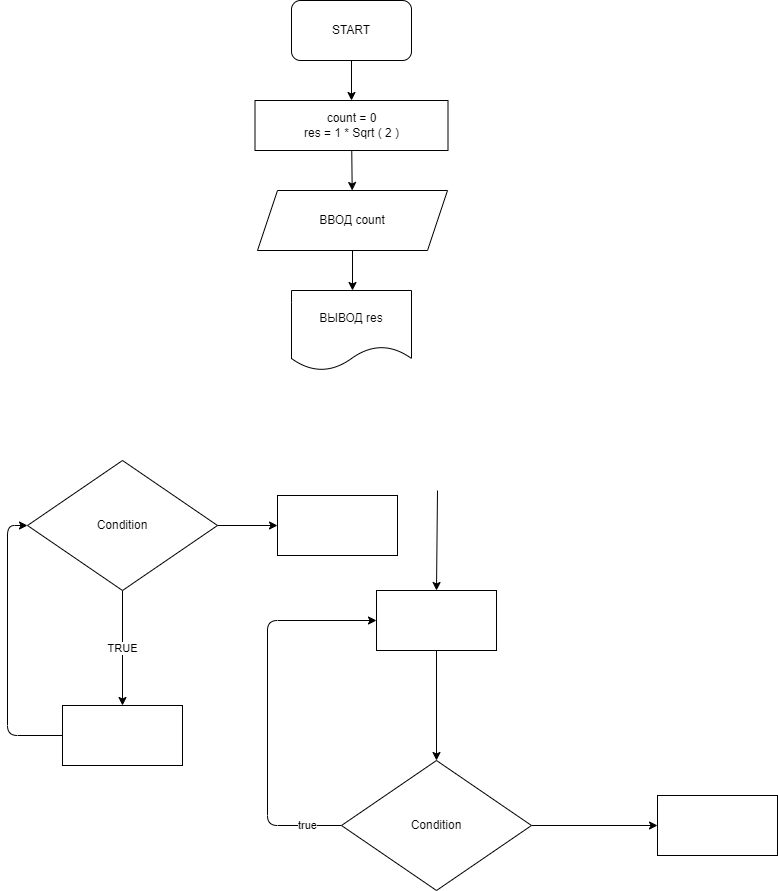
Before: ex000.drawio.png, a diagram exported from draw.io (HilashovKA/practice). Source tidied: cells renumbered, new cells last; positions are measured from the earlier drawing's top-left corner, leaving out a move shared by most shapes.
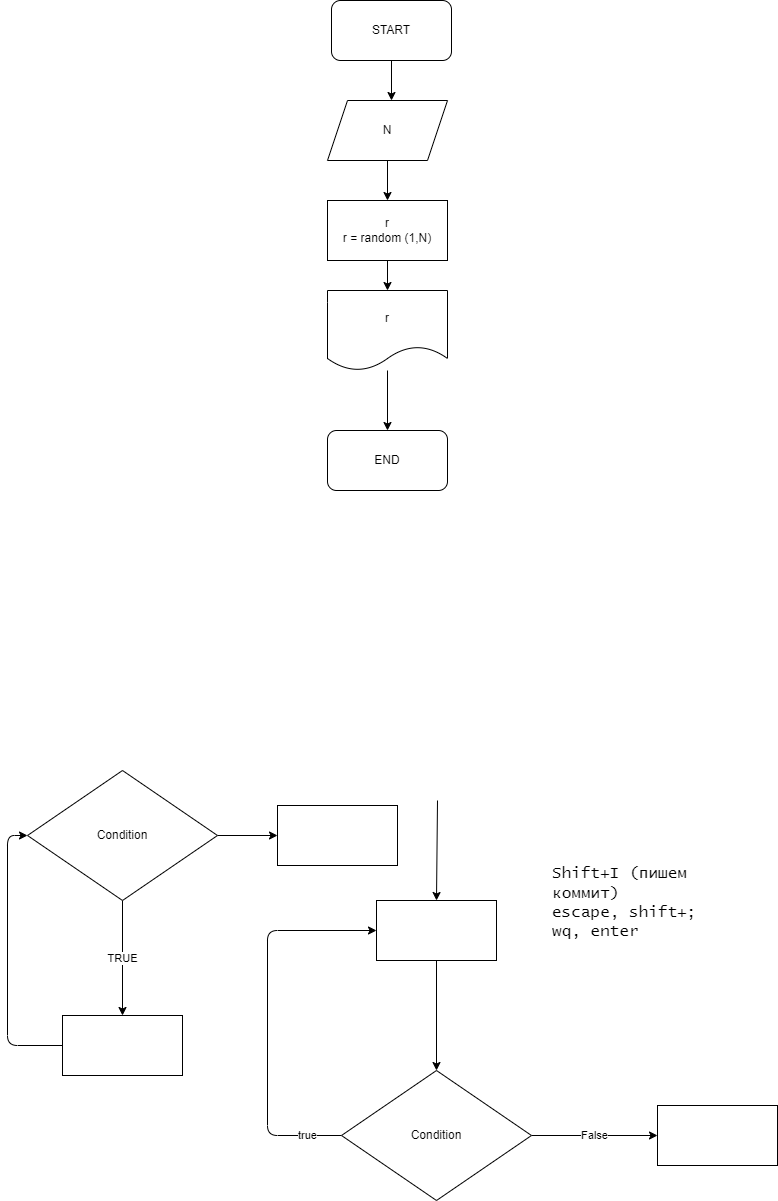
After the change.

The edit, as a diff of the source:
```diff
@@ -4,29 +4,12 @@
     <mxCell id="1" parent="0" />
     <mxCell id="2" style="edgeStyle=none;html=1;" parent="1" edge="1" source="3">
       <mxGeometry relative="1" as="geometry">
-        <mxPoint x="344" y="100" as="targetPoint" />
+        <mxPoint x="384" y="-210" as="targetPoint" />
       </mxGeometry>
     </mxCell>
     <mxCell id="3" value="START" style="rounded=1;whiteSpace=wrap;html=1;" parent="1" vertex="1">
-      <mxGeometry x="284" width="120" height="60" as="geometry" />
+      <mxGeometry x="324" y="-310" width="120" height="60" as="geometry" />
     </mxCell>
-    <mxCell id="4" style="edgeStyle=none;html=1;" parent="1" edge="1" source="5" target="7">
-      <mxGeometry relative="1" as="geometry" />
-    </mxCell>
-    <mxCell id="5" value="count = 0&lt;br&gt;res = 1 * Sqrt ( 2 )" style="rounded=0;whiteSpace=wrap;html=1;" parent="1" vertex="1">
-      <mxGeometry x="247.5" y="100" width="193" height="50" as="geometry" />
-    </mxCell>
-    <mxCell id="6" style="edgeStyle=none;html=1;" parent="1" edge="1" source="7">
-      <mxGeometry relative="1" as="geometry">
-        <mxPoint x="345" y="290" as="targetPoint" />
-      </mxGeometry>
-    </mxCell>
-    <mxCell id="7" value="ВВОД count" style="shape=parallelogram;perimeter=parallelogramPerimeter;whiteSpace=wrap;html=1;fixedSize=1;" parent="1" vertex="1">
-      <mxGeometry x="250" y="190" width="190" height="60" as="geometry" />
-    </mxCell>
-    <mxCell id="8" value="ВЫВОД res" style="shape=document;whiteSpace=wrap;html=1;boundedLbl=1;" parent="1" vertex="1">
-      <mxGeometry x="284" y="290" width="120" height="80" as="geometry" />
-    </mxCell>
     <mxCell id="9" value="TRUE" style="edgeStyle=none;html=1;" parent="1" edge="1" source="11" target="13">
       <mxGeometry relative="1" as="geometry" />
     </mxCell>
@@ -55,7 +38,7 @@
         </Array>
       </mxGeometry>
     </mxCell>
-    <mxCell id="15" style="edgeStyle=none;html=1;" parent="1" edge="1" source="16" target="21">
+    <mxCell id="15" value="False" style="edgeStyle=none;html=1;" parent="1" edge="1" source="16" target="21">
       <mxGeometry relative="1" as="geometry" />
     </mxCell>
     <mxCell id="16" value="Condition" style="rhombus;whiteSpace=wrap;html=1;" parent="1" vertex="1">
@@ -78,5 +61,29 @@
     <mxCell id="21" style="whiteSpace=wrap;html=1;" parent="1" vertex="1">
       <mxGeometry x="650" y="795" width="120" height="60" as="geometry" />
     </mxCell>
+    <mxCell id="22" value="&lt;br&gt;&lt;font face=&quot;Lucida Console&quot; size=&quot;3&quot;&gt;Shift+I (пишем коммит)&lt;br&gt;escape, shift+;&lt;br&gt;wq, enter&lt;br&gt;&lt;br&gt;&lt;/font&gt;" style="text;html=1;strokeColor=none;fillColor=none;spacing=5;spacingTop=-20;whiteSpace=wrap;overflow=hidden;rounded=0;" parent="1" vertex="1">
+      <mxGeometry x="540" y="550" width="190" height="120" as="geometry" />
+    </mxCell>
+    <mxCell id="23" style="edgeStyle=none;html=1;" parent="1" edge="1" source="24" target="26">
+      <mxGeometry relative="1" as="geometry" />
+    </mxCell>
+    <mxCell id="24" value="N" style="shape=parallelogram;perimeter=parallelogramPerimeter;whiteSpace=wrap;html=1;fixedSize=1;" parent="1" vertex="1">
+      <mxGeometry x="320" y="-210" width="120" height="60" as="geometry" />
+    </mxCell>
+    <mxCell id="25" style="edgeStyle=none;html=1;" parent="1" edge="1" source="26" target="28">
+      <mxGeometry relative="1" as="geometry" />
+    </mxCell>
+    <mxCell id="26" value="r&lt;br&gt;r = random (1,N)" style="whiteSpace=wrap;html=1;" parent="1" vertex="1">
+      <mxGeometry x="320" y="-110" width="120" height="60" as="geometry" />
+    </mxCell>
+    <mxCell id="27" style="edgeStyle=none;html=1;entryX=0.5;entryY=0;entryDx=0;entryDy=0;" parent="1" edge="1" source="28" target="29">
+      <mxGeometry relative="1" as="geometry" />
+    </mxCell>
+    <mxCell id="28" value="r" style="shape=document;whiteSpace=wrap;html=1;boundedLbl=1;" parent="1" vertex="1">
+      <mxGeometry x="320" y="-20" width="120" height="80" as="geometry" />
+    </mxCell>
+    <mxCell id="29" value="END" style="rounded=1;whiteSpace=wrap;html=1;" parent="1" vertex="1">
+      <mxGeometry x="320" y="120" width="120" height="60" as="geometry" />
+    </mxCell>
   </root>
 </mxGraphModel>
```
